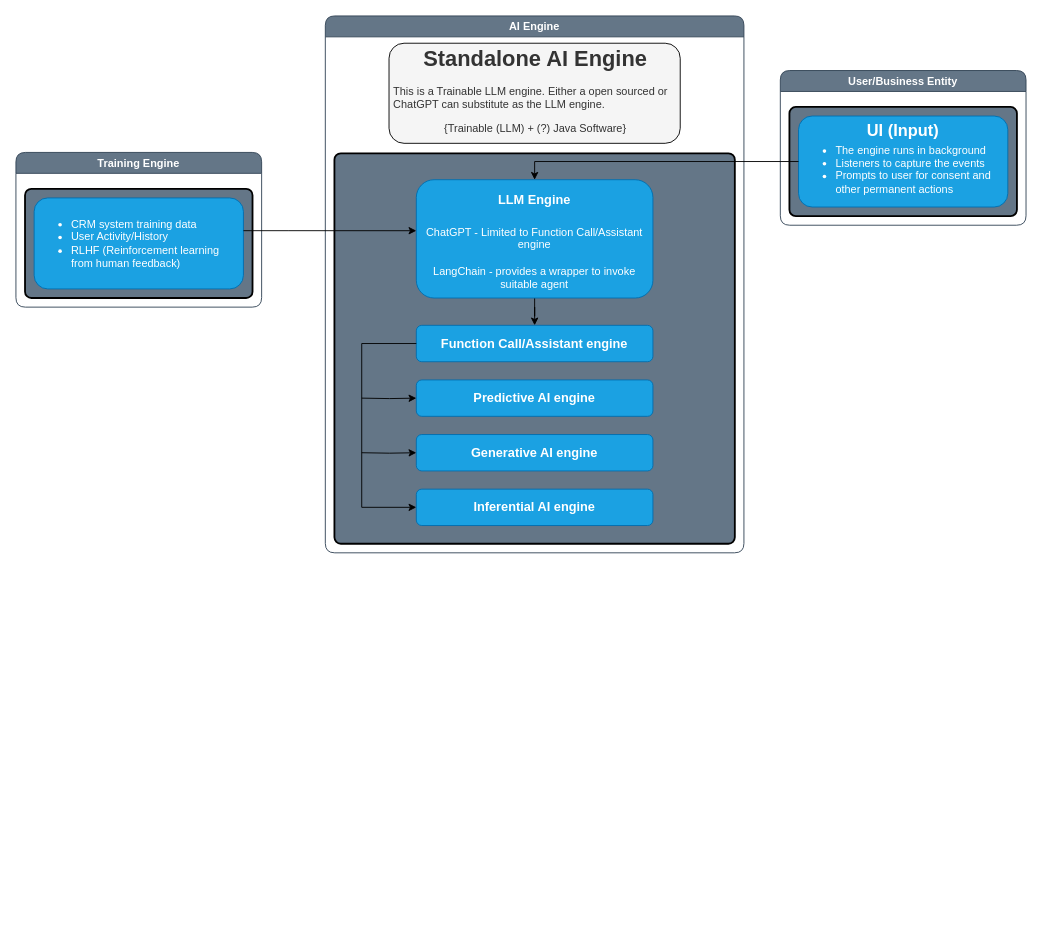
Above: page "Page-2" (2 of 2) of System-Design.drawio in Pramosh-Sursa/AI-POC (draw.io), before the change. Source tidied: cells renumbered, new cells numbered last; positions are measured from the earlier drawing's top-left corner, leaving out a move shared by most shapes. Both pictures are drawn from the tidied source at 91%, with x=0, y=0 at pixel (15, 15).
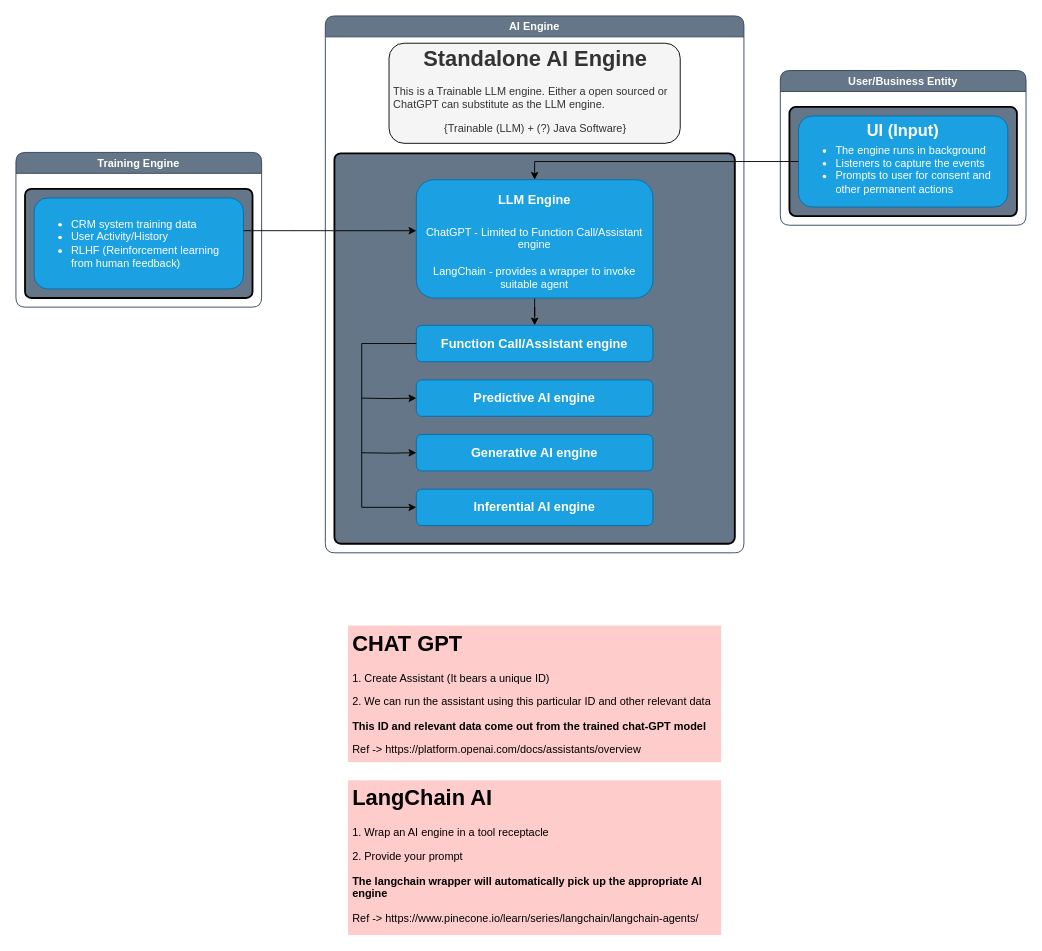
After the change.

Commit message:
Ending notes are added

Change to the diagram source:
```diff
@@
+    <mxCell id="22" value="&lt;h1&gt;CHAT GPT&lt;br&gt;&lt;/h1&gt;&lt;p&gt;1. Create Assistant (It bears a unique ID)&lt;/p&gt;&lt;p&gt;2. We can run the assistant using this particular ID and other relevant data&lt;/p&gt;&lt;p&gt;&lt;b&gt;This ID and relevant data come out from the trained chat-GPT model&lt;/b&gt;&lt;/p&gt;&lt;p&gt;Ref -&amp;gt; https://platform.openai.com/docs/assistants/overview&lt;br&gt;&lt;/p&gt;" style="text;html=1;strokeColor=none;fillColor=#FFCCCC;spacing=5;spacingTop=-20;whiteSpace=wrap;overflow=hidden;rounded=0;" parent="1" vertex="1">
+      <mxGeometry x="365" y="670" width="410" height="150" as="geometry" />
+    </mxCell>
+    <mxCell id="23" value="&lt;h1&gt;LangChain AI&lt;br&gt;&lt;/h1&gt;&lt;p&gt;1. Wrap an AI engine in a tool receptacle&lt;/p&gt;&lt;p&gt;2. Provide your prompt&lt;/p&gt;&lt;p&gt;&lt;b&gt;The langchain wrapper will automatically pick up the appropriate AI engine&lt;/b&gt;&lt;br&gt;&lt;/p&gt;&lt;p&gt;Ref -&amp;gt; https://www.pinecone.io/learn/series/langchain/langchain-agents/&lt;/p&gt;" style="text;html=1;strokeColor=none;fillColor=#FFCCCC;spacing=5;spacingTop=-20;whiteSpace=wrap;overflow=hidden;rounded=0;" parent="1" vertex="1">
+      <mxGeometry x="365" y="840" width="410" height="170" as="geometry" />
+    </mxCell>
```
